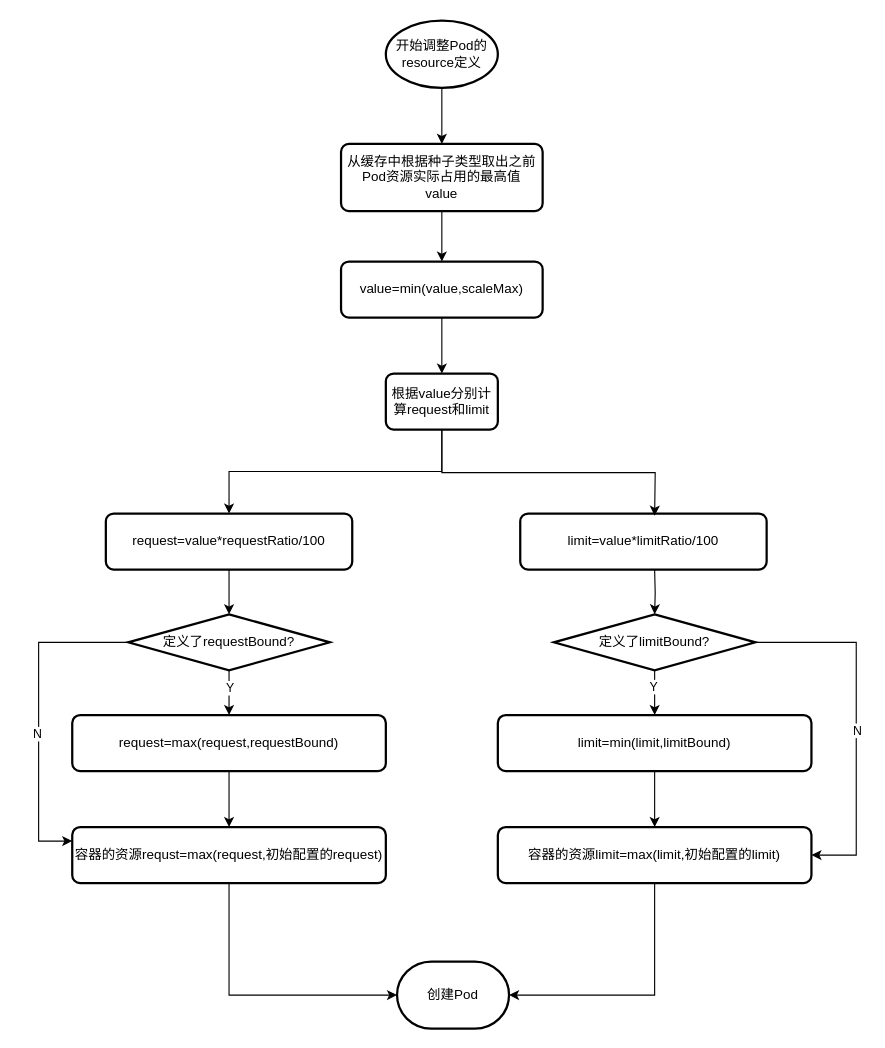
Above: drawio/vpa.drawio in keisni/zm (draw.io), before the change. Source tidied: cells renumbered, new cells numbered last; positions are measured from the earlier drawing's top-left corner, leaving out a move shared by most shapes. Both pictures are drawn from the tidied source at 112%, with x=0, y=0 at pixel (38, 20).
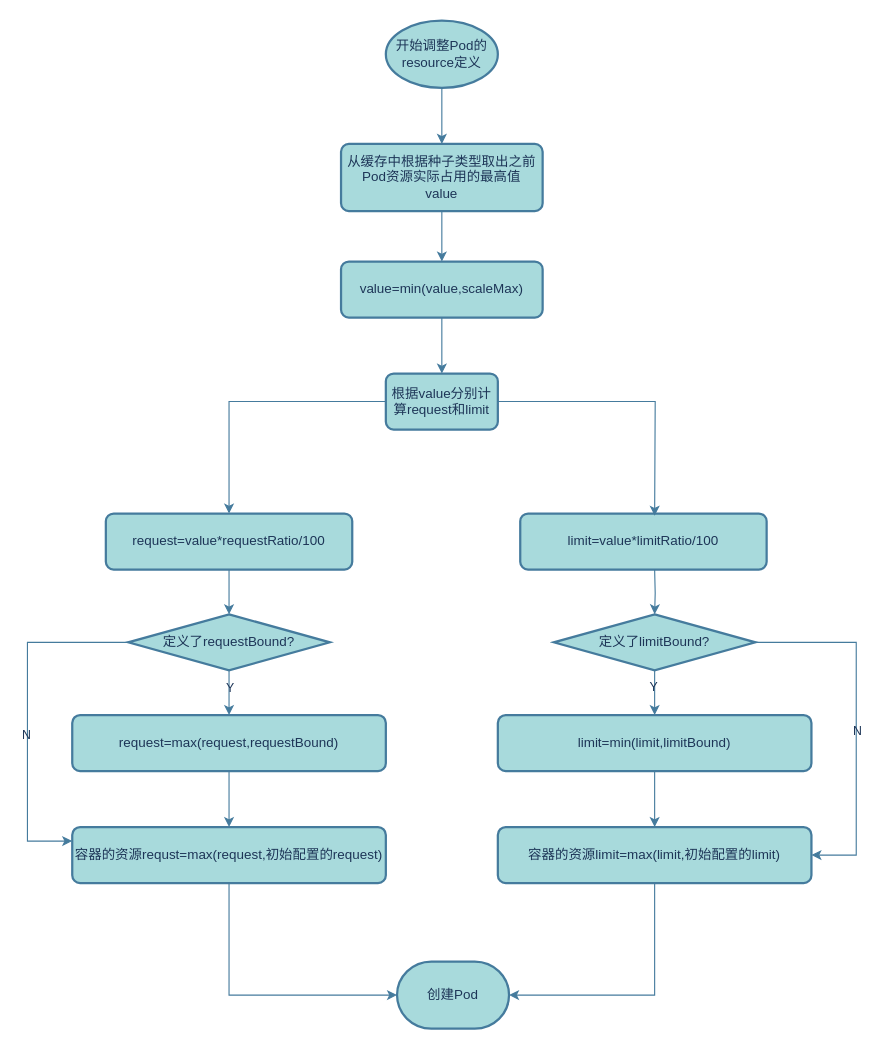
After the change.

What changed in the source:
```diff
@@
-    <mxCell id="2" style="edgeStyle=orthogonalEdgeStyle;rounded=0;jettySize=auto;html=1;exitX=0.5;exitY=1;exitDx=0;exitDy=0;exitPerimeter=0;entryX=0.5;entryY=0;entryDx=0;entryDy=0;" parent="1" edge="1" source="3" target="4">
+    <mxCell id="2" style="edgeStyle=orthogonalEdgeStyle;rounded=0;jettySize=auto;html=1;exitX=0.5;exitY=1;exitDx=0;exitDy=0;exitPerimeter=0;entryX=0.5;entryY=0;entryDx=0;entryDy=0;labelBackgroundColor=none;strokeColor=#457B9D;fontColor=default;" parent="1" edge="1" source="3" target="4">
       <mxGeometry relative="1" as="geometry" />
     </mxCell>
-    <mxCell id="3" value="开始调整Pod的resource定义" style="strokeWidth=2;html=1;shape=mxgraph.flowchart.start_1;whiteSpace=wrap;" parent="1" vertex="1">
+    <mxCell id="3" value="开始调整Pod的resource定义" style="strokeWidth=2;html=1;shape=mxgraph.flowchart.start_1;whiteSpace=wrap;labelBackgroundColor=none;fillColor=#A8DADC;strokeColor=#457B9D;fontColor=#1D3557;" parent="1" vertex="1">
       <mxGeometry x="310" width="100" height="60" as="geometry" />
     </mxCell>
-    <mxCell id="4" value="从缓存中根据种子类型取出之前Pod资源实际占用的最高值&lt;div&gt;value&lt;/div&gt;" style="rounded=1;whiteSpace=wrap;html=1;absoluteArcSize=1;arcSize=14;strokeWidth=2;" parent="1" vertex="1">
+    <mxCell id="4" value="从缓存中根据种子类型取出之前Pod资源实际占用的最高值&lt;div&gt;value&lt;/div&gt;" style="rounded=1;whiteSpace=wrap;html=1;absoluteArcSize=1;arcSize=14;strokeWidth=2;labelBackgroundColor=none;fillColor=#A8DADC;strokeColor=#457B9D;fontColor=#1D3557;" parent="1" vertex="1">
       <mxGeometry x="270" y="110" width="180" height="60" as="geometry" />
     </mxCell>
-    <mxCell id="5" style="edgeStyle=orthogonalEdgeStyle;rounded=0;jettySize=auto;html=1;exitX=0.5;exitY=1;exitDx=0;exitDy=0;entryX=0.5;entryY=0;entryDx=0;entryDy=0;" parent="1" edge="1" source="7" target="9">
+    <mxCell id="5" style="edgeStyle=orthogonalEdgeStyle;rounded=0;jettySize=auto;html=1;exitX=0.5;exitY=1;exitDx=0;exitDy=0;entryX=0.5;entryY=0;entryDx=0;entryDy=0;labelBackgroundColor=none;strokeColor=#457B9D;fontColor=default;" parent="1" edge="1" source="7" target="9">
       <mxGeometry relative="1" as="geometry" />
     </mxCell>
-    <mxCell id="6" style="edgeStyle=orthogonalEdgeStyle;rounded=0;jettySize=auto;html=1;exitX=0.5;exitY=1;exitDx=0;exitDy=0;entryX=0.5;entryY=0;entryDx=0;entryDy=0;" parent="1" edge="1" source="4" target="7">
+    <mxCell id="6" style="edgeStyle=orthogonalEdgeStyle;rounded=0;jettySize=auto;html=1;exitX=0.5;exitY=1;exitDx=0;exitDy=0;entryX=0.5;entryY=0;entryDx=0;entryDy=0;labelBackgroundColor=none;strokeColor=#457B9D;fontColor=default;" parent="1" edge="1" source="4" target="7">
       <mxGeometry relative="1" as="geometry" />
     </mxCell>
-    <mxCell id="7" value="value=min(value,scaleMax)" style="rounded=1;whiteSpace=wrap;html=1;absoluteArcSize=1;arcSize=14;strokeWidth=2;" parent="1" vertex="1">
+    <mxCell id="7" value="value=min(value,scaleMax)" style="rounded=1;whiteSpace=wrap;html=1;absoluteArcSize=1;arcSize=14;strokeWidth=2;labelBackgroundColor=none;fillColor=#A8DADC;strokeColor=#457B9D;fontColor=#1D3557;" parent="1" vertex="1">
       <mxGeometry x="270" y="215" width="180" height="50" as="geometry" />
     </mxCell>
-    <mxCell id="8" style="edgeStyle=orthogonalEdgeStyle;rounded=0;jettySize=auto;html=1;exitX=0.5;exitY=1;exitDx=0;exitDy=0;entryX=0.5;entryY=0;entryDx=0;entryDy=0;" parent="1" edge="1" source="9" target="11">
+    <mxCell id="8" style="edgeStyle=orthogonalEdgeStyle;rounded=0;jettySize=auto;html=1;exitX=0;exitY=0.5;exitDx=0;exitDy=0;entryX=0.5;entryY=0;entryDx=0;entryDy=0;labelBackgroundColor=none;strokeColor=#457B9D;fontColor=default;" parent="1" edge="1" source="9" target="11">
       <mxGeometry relative="1" as="geometry" />
     </mxCell>
-    <mxCell id="9" value="根据value分别计算request和limit" style="rounded=1;whiteSpace=wrap;html=1;absoluteArcSize=1;arcSize=14;strokeWidth=2;" parent="1" vertex="1">
+    <mxCell id="9" value="根据value分别计算request和limit" style="rounded=1;whiteSpace=wrap;html=1;absoluteArcSize=1;arcSize=14;strokeWidth=2;labelBackgroundColor=none;fillColor=#A8DADC;strokeColor=#457B9D;fontColor=#1D3557;" parent="1" vertex="1">
       <mxGeometry x="310" y="315" width="100" height="50" as="geometry" />
     </mxCell>
-    <mxCell id="10" style="edgeStyle=orthogonalEdgeStyle;rounded=0;jettySize=auto;html=1;" parent="1" edge="1" source="11" target="18">
+    <mxCell id="10" style="edgeStyle=orthogonalEdgeStyle;rounded=0;jettySize=auto;html=1;labelBackgroundColor=none;strokeColor=#457B9D;fontColor=default;" parent="1" edge="1" source="11" target="18">
       <mxGeometry relative="1" as="geometry" />
     </mxCell>
-    <mxCell id="11" value="request=value*requestRatio/100" style="rounded=1;whiteSpace=wrap;html=1;absoluteArcSize=1;arcSize=14;strokeWidth=2;" parent="1" vertex="1">
+    <mxCell id="11" value="request=value*requestRatio/100" style="rounded=1;whiteSpace=wrap;html=1;absoluteArcSize=1;arcSize=14;strokeWidth=2;labelBackgroundColor=none;fillColor=#A8DADC;strokeColor=#457B9D;fontColor=#1D3557;" parent="1" vertex="1">
       <mxGeometry x="60" y="440" width="220" height="50" as="geometry" />
     </mxCell>
-    <mxCell id="12" value="limit=value*limitRatio/100" style="rounded=1;whiteSpace=wrap;html=1;absoluteArcSize=1;arcSize=14;strokeWidth=2;" parent="1" vertex="1">
+    <mxCell id="12" value="limit=value*limitRatio/100" style="rounded=1;whiteSpace=wrap;html=1;absoluteArcSize=1;arcSize=14;strokeWidth=2;labelBackgroundColor=none;fillColor=#A8DADC;strokeColor=#457B9D;fontColor=#1D3557;" parent="1" vertex="1">
       <mxGeometry x="430" y="440" width="220" height="50" as="geometry" />
     </mxCell>
-    <mxCell id="13" style="edgeStyle=orthogonalEdgeStyle;rounded=0;jettySize=auto;html=1;exitX=0.5;exitY=1;exitDx=0;exitDy=0;entryX=0.5;entryY=0;entryDx=0;entryDy=0;" parent="1" edge="1" source="9">
+    <mxCell id="13" style="edgeStyle=orthogonalEdgeStyle;rounded=0;jettySize=auto;html=1;exitX=1;exitY=0.5;exitDx=0;exitDy=0;entryX=0.5;entryY=0;entryDx=0;entryDy=0;labelBackgroundColor=none;strokeColor=#457B9D;fontColor=default;" parent="1" edge="1" source="9">
       <mxGeometry relative="1" as="geometry">
         <mxPoint x="550" y="442" as="targetPoint" />
       </mxGeometry>
     </mxCell>
-    <mxCell id="14" style="edgeStyle=orthogonalEdgeStyle;rounded=0;jettySize=auto;html=1;" parent="1" edge="1" source="18" target="20">
+    <mxCell id="14" style="edgeStyle=orthogonalEdgeStyle;rounded=0;jettySize=auto;html=1;labelBackgroundColor=none;strokeColor=#457B9D;fontColor=default;" parent="1" edge="1" source="18" target="20">
       <mxGeometry relative="1" as="geometry" />
     </mxCell>
-    <mxCell id="15" value="Y" style="edgeLabel;html=1;align=center;verticalAlign=middle;" parent="14" vertex="1">
+    <mxCell id="15" value="Y" style="edgeLabel;html=1;align=center;verticalAlign=middle;labelBackgroundColor=none;fontColor=#1D3557;" parent="14" vertex="1">
       <mxGeometry x="-0.25" relative="1" as="geometry" />
     </mxCell>
-    <mxCell id="16" style="edgeStyle=orthogonalEdgeStyle;rounded=0;jettySize=auto;html=1;exitX=0;exitY=0.5;exitDx=0;exitDy=0;exitPerimeter=0;entryX=0;entryY=0.25;entryDx=0;entryDy=0;" parent="1" edge="1" source="18" target="29">
+    <mxCell id="16" style="edgeStyle=orthogonalEdgeStyle;rounded=0;jettySize=auto;html=1;exitX=0;exitY=0.5;exitDx=0;exitDy=0;exitPerimeter=0;entryX=0;entryY=0.25;entryDx=0;entryDy=0;labelBackgroundColor=none;strokeColor=#457B9D;fontColor=default;" parent="1" edge="1" source="18" target="29">
       <mxGeometry relative="1" as="geometry">
         <Array as="points">
-          <mxPoint y="555" />
-          <mxPoint y="733" />
+          <mxPoint x="-10" y="555" />
+          <mxPoint x="-10" y="733" />
         </Array>
       </mxGeometry>
     </mxCell>
-    <mxCell id="17" value="N" style="edgeLabel;html=1;align=center;verticalAlign=middle;" parent="16" vertex="1">
+    <mxCell id="17" value="N" style="edgeLabel;html=1;align=center;verticalAlign=middle;labelBackgroundColor=none;fontColor=#1D3557;" parent="16" vertex="1">
       <mxGeometry x="0.12" y="-2" relative="1" as="geometry" />
     </mxCell>
-    <mxCell id="18" value="定义了requestBound?" style="strokeWidth=2;html=1;shape=mxgraph.flowchart.decision;whiteSpace=wrap;" parent="1" vertex="1">
+    <mxCell id="18" value="定义了requestBound?" style="strokeWidth=2;html=1;shape=mxgraph.flowchart.decision;whiteSpace=wrap;labelBackgroundColor=none;fillColor=#A8DADC;strokeColor=#457B9D;fontColor=#1D3557;" parent="1" vertex="1">
       <mxGeometry x="80" y="530" width="180" height="50" as="geometry" />
     </mxCell>
-    <mxCell id="19" style="edgeStyle=orthogonalEdgeStyle;rounded=0;jettySize=auto;html=1;exitX=0.5;exitY=1;exitDx=0;exitDy=0;entryX=0.5;entryY=0;entryDx=0;entryDy=0;" parent="1" edge="1" source="20" target="29">
+    <mxCell id="19" style="edgeStyle=orthogonalEdgeStyle;rounded=0;jettySize=auto;html=1;exitX=0.5;exitY=1;exitDx=0;exitDy=0;entryX=0.5;entryY=0;entryDx=0;entryDy=0;labelBackgroundColor=none;strokeColor=#457B9D;fontColor=default;" parent="1" edge="1" source="20" target="29">
       <mxGeometry relative="1" as="geometry" />
     </mxCell>
-    <mxCell id="20" value="request=max(request,requestBound)" style="rounded=1;whiteSpace=wrap;html=1;absoluteArcSize=1;arcSize=14;strokeWidth=2;" parent="1" vertex="1">
+    <mxCell id="20" value="request=max(request,requestBound)" style="rounded=1;whiteSpace=wrap;html=1;absoluteArcSize=1;arcSize=14;strokeWidth=2;labelBackgroundColor=none;fillColor=#A8DADC;strokeColor=#457B9D;fontColor=#1D3557;" parent="1" vertex="1">
       <mxGeometry x="30" y="620" width="280" height="50" as="geometry" />
     </mxCell>
-    <mxCell id="21" style="edgeStyle=orthogonalEdgeStyle;rounded=0;jettySize=auto;html=1;" parent="1" edge="1" target="26">
+    <mxCell id="21" style="edgeStyle=orthogonalEdgeStyle;rounded=0;jettySize=auto;html=1;labelBackgroundColor=none;strokeColor=#457B9D;fontColor=default;" parent="1" edge="1" target="26">
       <mxGeometry relative="1" as="geometry">
         <mxPoint x="550" y="490" as="sourcePoint" />
       </mxGeometry>
     </mxCell>
-    <mxCell id="22" style="edgeStyle=orthogonalEdgeStyle;rounded=0;jettySize=auto;html=1;" parent="1" edge="1" source="26" target="28">
+    <mxCell id="22" style="edgeStyle=orthogonalEdgeStyle;rounded=0;jettySize=auto;html=1;labelBackgroundColor=none;strokeColor=#457B9D;fontColor=default;" parent="1" edge="1" source="26" target="28">
       <mxGeometry relative="1" as="geometry" />
     </mxCell>
-    <mxCell id="23" value="Y" style="edgeLabel;html=1;align=center;verticalAlign=middle;" parent="22" vertex="1">
+    <mxCell id="23" value="Y" style="edgeLabel;html=1;align=center;verticalAlign=middle;labelBackgroundColor=none;fontColor=#1D3557;" parent="22" vertex="1">
       <mxGeometry x="-0.3" y="-2" relative="1" as="geometry" />
     </mxCell>
-    <mxCell id="24" style="edgeStyle=orthogonalEdgeStyle;rounded=0;jettySize=auto;html=1;exitX=1;exitY=0.5;exitDx=0;exitDy=0;exitPerimeter=0;entryX=1;entryY=0.5;entryDx=0;entryDy=0;" parent="1" edge="1" source="26" target="30">
+    <mxCell id="24" style="edgeStyle=orthogonalEdgeStyle;rounded=0;jettySize=auto;html=1;exitX=1;exitY=0.5;exitDx=0;exitDy=0;exitPerimeter=0;entryX=1;entryY=0.5;entryDx=0;entryDy=0;labelBackgroundColor=none;strokeColor=#457B9D;fontColor=default;" parent="1" edge="1" source="26" target="30">
       <mxGeometry relative="1" as="geometry">
         <Array as="points">
           <mxPoint x="730" y="555" />
           <mxPoint x="730" y="745" />
         </Array>
       </mxGeometry>
     </mxCell>
-    <mxCell id="25" value="N" style="edgeLabel;html=1;align=center;verticalAlign=middle;" parent="24" vertex="1">
+    <mxCell id="25" value="N" style="edgeLabel;html=1;align=center;verticalAlign=middle;labelBackgroundColor=none;fontColor=#1D3557;" parent="24" vertex="1">
       <mxGeometry x="0.05" relative="1" as="geometry" />
     </mxCell>
-    <mxCell id="26" value="定义了limitBound?" style="strokeWidth=2;html=1;shape=mxgraph.flowchart.decision;whiteSpace=wrap;" parent="1" vertex="1">
+    <mxCell id="26" value="定义了limitBound?" style="strokeWidth=2;html=1;shape=mxgraph.flowchart.decision;whiteSpace=wrap;labelBackgroundColor=none;fillColor=#A8DADC;strokeColor=#457B9D;fontColor=#1D3557;" parent="1" vertex="1">
       <mxGeometry x="460" y="530" width="180" height="50" as="geometry" />
     </mxCell>
-    <mxCell id="27" style="edgeStyle=orthogonalEdgeStyle;rounded=0;jettySize=auto;html=1;exitX=0.5;exitY=1;exitDx=0;exitDy=0;entryX=0.5;entryY=0;entryDx=0;entryDy=0;" parent="1" edge="1" source="28" target="30">
+    <mxCell id="27" style="edgeStyle=orthogonalEdgeStyle;rounded=0;jettySize=auto;html=1;exitX=0.5;exitY=1;exitDx=0;exitDy=0;entryX=0.5;entryY=0;entryDx=0;entryDy=0;labelBackgroundColor=none;strokeColor=#457B9D;fontColor=default;" parent="1" edge="1" source="28" target="30">
       <mxGeometry relative="1" as="geometry" />
     </mxCell>
-    <mxCell id="28" value="limit=min(limit,limitBound)" style="rounded=1;whiteSpace=wrap;html=1;absoluteArcSize=1;arcSize=14;strokeWidth=2;" parent="1" vertex="1">
+    <mxCell id="28" value="limit=min(limit,limitBound)" style="rounded=1;whiteSpace=wrap;html=1;absoluteArcSize=1;arcSize=14;strokeWidth=2;labelBackgroundColor=none;fillColor=#A8DADC;strokeColor=#457B9D;fontColor=#1D3557;" parent="1" vertex="1">
       <mxGeometry x="410" y="620" width="280" height="50" as="geometry" />
     </mxCell>
-    <mxCell id="29" value="容器的资源requst=max(request,初始配置的request)" style="rounded=1;whiteSpace=wrap;html=1;absoluteArcSize=1;arcSize=14;strokeWidth=2;" parent="1" vertex="1">
+    <mxCell id="29" value="容器的资源requst=max(request,初始配置的request)" style="rounded=1;whiteSpace=wrap;html=1;absoluteArcSize=1;arcSize=14;strokeWidth=2;labelBackgroundColor=none;fillColor=#A8DADC;strokeColor=#457B9D;fontColor=#1D3557;" parent="1" vertex="1">
       <mxGeometry x="30" y="720" width="280" height="50" as="geometry" />
     </mxCell>
-    <mxCell id="30" value="容器的资源limit=max(limit,初始配置的limit)" style="rounded=1;whiteSpace=wrap;html=1;absoluteArcSize=1;arcSize=14;strokeWidth=2;" parent="1" vertex="1">
+    <mxCell id="30" value="容器的资源limit=max(limit,初始配置的limit)" style="rounded=1;whiteSpace=wrap;html=1;absoluteArcSize=1;arcSize=14;strokeWidth=2;labelBackgroundColor=none;fillColor=#A8DADC;strokeColor=#457B9D;fontColor=#1D3557;" parent="1" vertex="1">
       <mxGeometry x="410" y="720" width="280" height="50" as="geometry" />
     </mxCell>
-    <mxCell id="31" value="创建Pod" style="strokeWidth=2;html=1;shape=mxgraph.flowchart.terminator;whiteSpace=wrap;" parent="1" vertex="1">
+    <mxCell id="31" value="创建Pod" style="strokeWidth=2;html=1;shape=mxgraph.flowchart.terminator;whiteSpace=wrap;labelBackgroundColor=none;fillColor=#A8DADC;strokeColor=#457B9D;fontColor=#1D3557;" parent="1" vertex="1">
       <mxGeometry x="320" y="840" width="100" height="60" as="geometry" />
     </mxCell>
-    <mxCell id="32" style="edgeStyle=orthogonalEdgeStyle;rounded=0;jettySize=auto;html=1;entryX=0;entryY=0.5;entryDx=0;entryDy=0;entryPerimeter=0;exitX=0.5;exitY=1;exitDx=0;exitDy=0;" parent="1" edge="1" source="29" target="31">
+    <mxCell id="32" style="edgeStyle=orthogonalEdgeStyle;rounded=0;jettySize=auto;html=1;entryX=0;entryY=0.5;entryDx=0;entryDy=0;entryPerimeter=0;exitX=0.5;exitY=1;exitDx=0;exitDy=0;labelBackgroundColor=none;strokeColor=#457B9D;fontColor=default;" parent="1" edge="1" source="29" target="31">
       <mxGeometry relative="1" as="geometry" />
     </mxCell>
-    <mxCell id="33" style="edgeStyle=orthogonalEdgeStyle;rounded=0;jettySize=auto;html=1;entryX=1;entryY=0.5;entryDx=0;entryDy=0;entryPerimeter=0;" parent="1" edge="1" source="30" target="31">
+    <mxCell id="33" style="edgeStyle=orthogonalEdgeStyle;rounded=0;jettySize=auto;html=1;entryX=1;entryY=0.5;entryDx=0;entryDy=0;entryPerimeter=0;labelBackgroundColor=none;strokeColor=#457B9D;fontColor=default;" parent="1" edge="1" source="30" target="31">
       <mxGeometry relative="1" as="geometry" />
     </mxCell>
```
